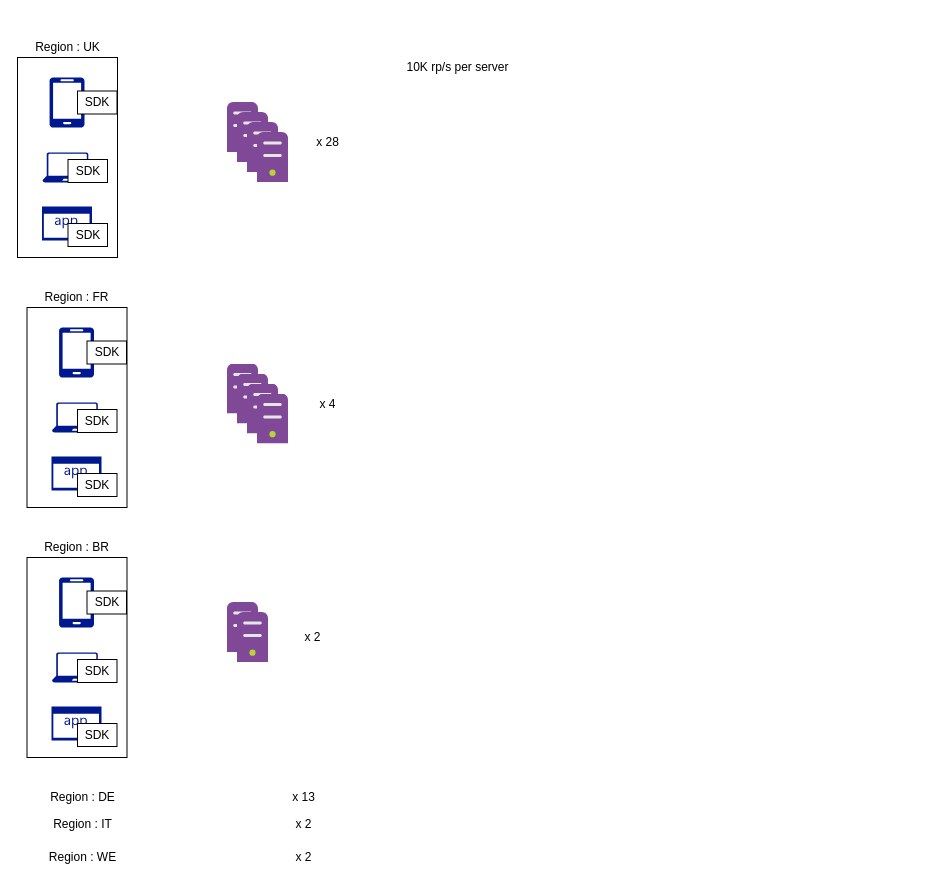
The draw.io diagram page "Page-1" (1 of 2) of high-level-design.drawio in namtazpro/az-high-throughput, before the edit. Source tidied: cells renumbered, new cells numbered last; positions are measured from the earlier drawing's top-left corner, leaving out a move shared by most shapes. Both pictures are drawn from the tidied source at 100%, with x=0, y=0 at pixel (17, 37).
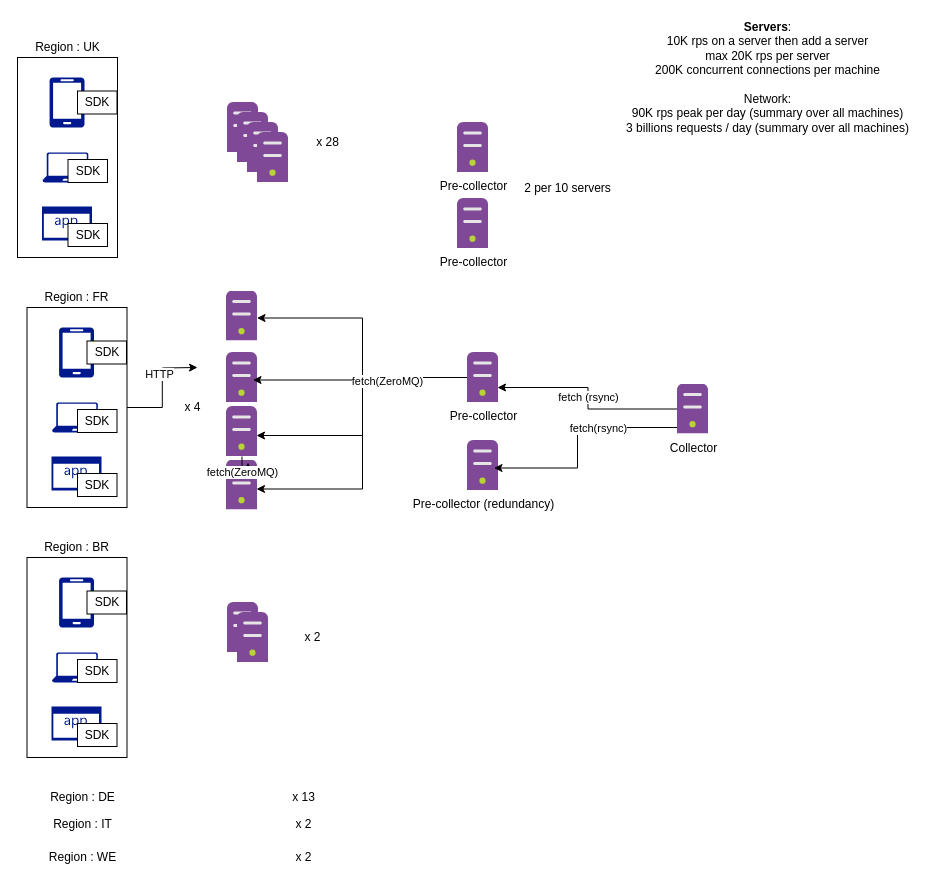
The same page after the edit.

The change refers to these unchanged cells:
```xml
<mxCell id="10" style="whiteSpace=wrap;html=1;fillColor=none;" parent="1" vertex="1">
  <mxGeometry x="9.5" y="270" width="100" height="200" as="geometry" />
</mxCell>
```

What changed in the source:
```diff
@@
+    <mxCell id="46" style="edgeStyle=orthogonalEdgeStyle;rounded=0;jettySize=auto;html=1;" parent="1" edge="1" source="10">
+      <mxGeometry relative="1" as="geometry">
+        <mxPoint x="180" y="330" as="targetPoint" />
+      </mxGeometry>
+    </mxCell>
+    <mxCell id="47" value="HTTP" style="edgeLabel;html=1;align=center;verticalAlign=middle;" parent="46" vertex="1">
+      <mxGeometry x="0.26" y="3" relative="1" as="geometry" />
+    </mxCell>
@@
     <mxCell id="31" style="html=1;points=[];align=center;image;fontSize=12;image=img/lib/mscae/Non_Azure_Machine.svg;" parent="1" vertex="1">
-      <mxGeometry x="210" y="326.5" width="31" height="50" as="geometry" />
+      <mxGeometry x="209" y="315" width="31" height="50" as="geometry" />
     </mxCell>
     <mxCell id="32" value="x 4" style="text;html=1;align=center;verticalAlign=middle;fillColor=none;strokeColor=none;rounded=0;" parent="1" vertex="1">
-      <mxGeometry x="295" y="356.5" width="30" height="20" as="geometry" />
+      <mxGeometry x="160" y="360" width="30" height="20" as="geometry" />
     </mxCell>
     <mxCell id="33" style="html=1;points=[];align=center;image;fontSize=12;image=img/lib/mscae/Non_Azure_Machine.svg;" parent="1" vertex="1">
-      <mxGeometry x="220" y="336.5" width="31" height="50" as="geometry" />
+      <mxGeometry x="209" y="253.5" width="31" height="50" as="geometry" />
     </mxCell>
-    <mxCell id="34" style="html=1;points=[];align=center;image;fontSize=12;image=img/lib/mscae/Non_Azure_Machine.svg;" parent="1" vertex="1">
-      <mxGeometry x="230" y="346.5" width="31" height="50" as="geometry" />
-    </mxCell>
     <mxCell id="35" style="html=1;points=[];align=center;image;fontSize=12;image=img/lib/mscae/Non_Azure_Machine.svg;" parent="1" vertex="1">
-      <mxGeometry x="240" y="356.5" width="31" height="50" as="geometry" />
+      <mxGeometry x="209" y="422.5" width="31" height="50" as="geometry" />
     </mxCell>
@@
-    <mxCell id="45" value="10K rp/s per server" style="text;html=1;align=center;verticalAlign=middle;fillColor=none;strokeColor=none;rounded=0;" parent="1" vertex="1">
-      <mxGeometry x="380" y="20" width="120" height="20" as="geometry" />
+    <mxCell id="45" value="&lt;b&gt;Servers&lt;/b&gt;:&lt;br&gt;10K rps on a server then add a server&lt;br&gt;max 20K rps per server&lt;br&gt;200K concurrent connections per machine&lt;br&gt;&lt;br&gt;Network:&lt;br&gt;90K rps peak per day (summary over all machines)&lt;br&gt;3 billions requests / day (summary over all machines)" style="text;html=1;align=center;verticalAlign=middle;fillColor=none;strokeColor=none;rounded=0;" parent="1" vertex="1">
+      <mxGeometry x="600" y="-20" width="300" height="120" as="geometry" />
     </mxCell>
+    <mxCell id="48" value="Pre-collector" style="html=1;align=center;image;fontSize=12;image=img/lib/mscae/Non_Azure_Machine.svg;" parent="1" vertex="1">
+      <mxGeometry x="440" y="85" width="31" height="50" as="geometry" />
+    </mxCell>
+    <mxCell id="49" value="2 per 10 servers" style="text;html=1;align=center;verticalAlign=middle;fillColor=none;strokeColor=none;rounded=0;" parent="1" vertex="1">
+      <mxGeometry x="500" y="141" width="100" height="20" as="geometry" />
+    </mxCell>
+    <mxCell id="50" value="Pre-collector" style="html=1;align=center;image;fontSize=12;image=img/lib/mscae/Non_Azure_Machine.svg;" parent="1" vertex="1">
+      <mxGeometry x="440" y="161" width="31" height="50" as="geometry" />
+    </mxCell>
+    <mxCell id="51" style="edgeStyle=orthogonalEdgeStyle;rounded=0;jettySize=auto;html=1;entryX=0.694;entryY=0.05;entryDx=0;entryDy=0;entryPerimeter=0;" parent="1" edge="1" source="34" target="35">
+      <mxGeometry relative="1" as="geometry" />
+    </mxCell>
+    <mxCell id="52" value="fetch(ZeroMQ)" style="edgeLabel;html=1;align=center;verticalAlign=middle;" parent="51" vertex="1">
+      <mxGeometry x="-0.25" relative="1" as="geometry" />
+    </mxCell>
+    <mxCell id="53" style="edgeStyle=orthogonalEdgeStyle;rounded=0;jettySize=auto;html=1;entryX=0.984;entryY=0.54;entryDx=0;entryDy=0;entryPerimeter=0;" parent="1" edge="1" source="58" target="33">
+      <mxGeometry relative="1" as="geometry" />
+    </mxCell>
+    <mxCell id="54" style="edgeStyle=orthogonalEdgeStyle;rounded=0;jettySize=auto;html=1;entryX=0.855;entryY=0.55;entryDx=0;entryDy=0;entryPerimeter=0;" parent="1" edge="1" source="58" target="31">
+      <mxGeometry relative="1" as="geometry" />
+    </mxCell>
+    <mxCell id="55" style="edgeStyle=orthogonalEdgeStyle;rounded=0;jettySize=auto;html=1;entryX=0.968;entryY=0.58;entryDx=0;entryDy=0;entryPerimeter=0;" parent="1" edge="1" source="58" target="34">
+      <mxGeometry relative="1" as="geometry" />
+    </mxCell>
+    <mxCell id="56" style="edgeStyle=orthogonalEdgeStyle;rounded=0;jettySize=auto;html=1;entryX=0.968;entryY=0.58;entryDx=0;entryDy=0;entryPerimeter=0;" parent="1" edge="1" source="58" target="35">
+      <mxGeometry relative="1" as="geometry" />
+    </mxCell>
+    <mxCell id="57" value="fetch(ZeroMQ)" style="edgeLabel;html=1;align=center;verticalAlign=middle;" parent="56" vertex="1">
+      <mxGeometry x="-0.5" y="3" relative="1" as="geometry" />
+    </mxCell>
+    <mxCell id="58" value="Pre-collector" style="html=1;points=[];align=center;image;fontSize=12;image=img/lib/mscae/Non_Azure_Machine.svg;" parent="1" vertex="1">
+      <mxGeometry x="450" y="315" width="31" height="50" as="geometry" />
+    </mxCell>
+    <mxCell id="59" value="Pre-collector (redundancy)" style="html=1;points=[];align=center;image;fontSize=12;image=img/lib/mscae/Non_Azure_Machine.svg;" parent="1" vertex="1">
+      <mxGeometry x="450" y="403" width="31" height="50" as="geometry" />
+    </mxCell>
+    <mxCell id="60" value="fetch (rsync)" style="edgeStyle=orthogonalEdgeStyle;rounded=0;jettySize=auto;html=1;entryX=0.968;entryY=0.7;entryDx=0;entryDy=0;entryPerimeter=0;" parent="1" edge="1" source="63" target="58">
+      <mxGeometry relative="1" as="geometry" />
+    </mxCell>
+    <mxCell id="61" style="edgeStyle=orthogonalEdgeStyle;rounded=0;jettySize=auto;html=1;entryX=0.855;entryY=0.55;entryDx=0;entryDy=0;entryPerimeter=0;" parent="1" edge="1" source="63" target="59">
+      <mxGeometry relative="1" as="geometry">
+        <Array as="points">
+          <mxPoint x="560" y="390" />
+          <mxPoint x="560" y="431" />
+        </Array>
+      </mxGeometry>
+    </mxCell>
+    <mxCell id="62" value="fetch(rsync)" style="edgeLabel;html=1;align=center;verticalAlign=middle;" parent="61" vertex="1">
+      <mxGeometry x="-0.29" relative="1" as="geometry" />
+    </mxCell>
+    <mxCell id="63" value="Collector" style="html=1;points=[];align=center;image;fontSize=12;image=img/lib/mscae/Non_Azure_Machine.svg;" parent="1" vertex="1">
+      <mxGeometry x="660" y="346.5" width="31" height="50" as="geometry" />
+    </mxCell>
+    <mxCell id="34" style="html=1;points=[];align=center;image;fontSize=12;image=img/lib/mscae/Non_Azure_Machine.svg;" parent="1" vertex="1">
+      <mxGeometry x="209" y="369" width="31" height="50" as="geometry" />
+    </mxCell>
```
